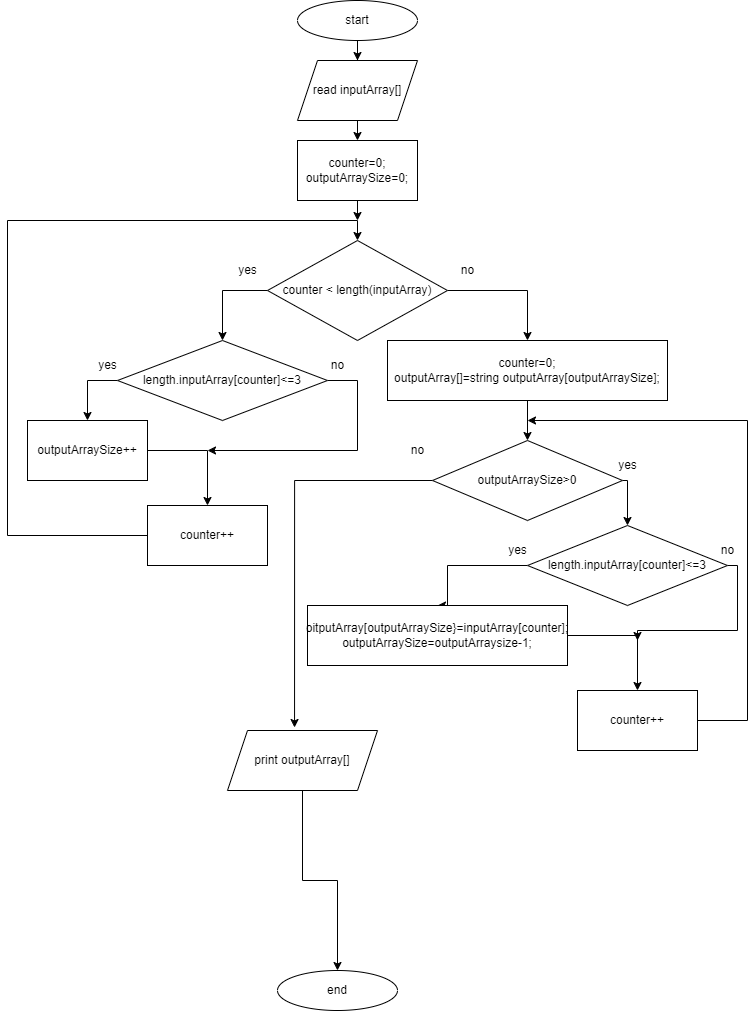
Before: itog_1.png, a diagram exported from draw.io (KnstSpbOne/itog_1). Source tidied: cells renumbered, new cells last; positions are measured from the earlier drawing's top-left corner, leaving out a move shared by most shapes.
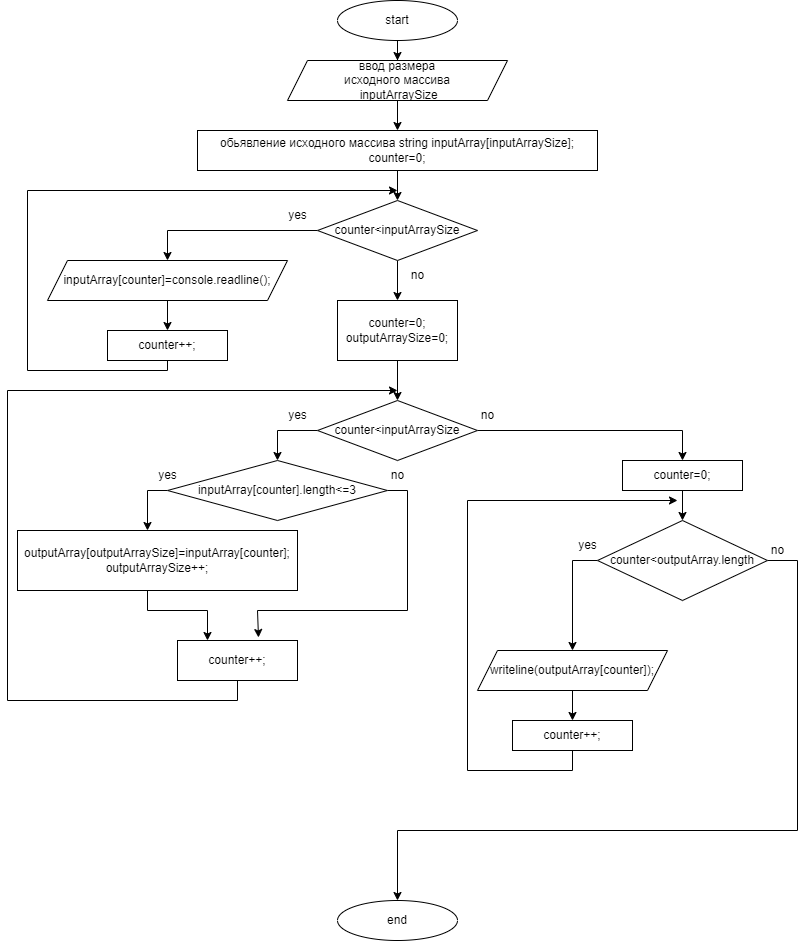
The same file after the commit.

Diff of the diagram source:
```diff
@@ -2,178 +2,189 @@
   <root>
     <mxCell id="0" />
     <mxCell id="1" parent="0" />
-    <mxCell id="2" style="edgeStyle=orthogonalEdgeStyle;rounded=0;jettySize=auto;html=1;entryX=0.5;entryY=0;entryDx=0;entryDy=0;" parent="1" edge="1" source="3" target="6">
-      <mxGeometry relative="1" as="geometry" />
-    </mxCell>
+    <mxCell id="42" style="edgeStyle=orthogonalEdgeStyle;rounded=0;jettySize=auto;html=1;entryX=0.5;entryY=0;entryDx=0;entryDy=0;" parent="1" edge="1" source="3" target="44">
+      <mxGeometry relative="1" as="geometry" />
+    </mxCell>
     <mxCell id="3" value="start" style="ellipse;whiteSpace=wrap;html=1;" parent="1" vertex="1">
-      <mxGeometry x="290" width="120" height="40" as="geometry" />
+      <mxGeometry x="270" width="120" height="40" as="geometry" />
     </mxCell>
+    <mxCell id="43" style="edgeStyle=orthogonalEdgeStyle;rounded=0;jettySize=auto;html=1;entryX=0.5;entryY=0;entryDx=0;entryDy=0;" parent="1" edge="1" source="44" target="49">
+      <mxGeometry relative="1" as="geometry" />
+    </mxCell>
+    <mxCell id="44" value="ввод размера&lt;br&gt;исходного массива&lt;br&gt;&amp;nbsp;inputArraySize" style="shape=parallelogram;perimeter=parallelogramPerimeter;whiteSpace=wrap;html=1;fixedSize=1;" parent="1" vertex="1">
+      <mxGeometry x="220" y="60" width="220" height="40" as="geometry" />
+    </mxCell>
+    <mxCell id="45" style="edgeStyle=orthogonalEdgeStyle;rounded=0;jettySize=auto;html=1;entryX=0.5;entryY=0;entryDx=0;entryDy=0;" parent="1" edge="1" source="47" target="54">
+      <mxGeometry relative="1" as="geometry" />
+    </mxCell>
+    <mxCell id="46" style="edgeStyle=orthogonalEdgeStyle;rounded=0;jettySize=auto;html=1;" parent="1" edge="1" source="47" target="8">
+      <mxGeometry relative="1" as="geometry" />
+    </mxCell>
+    <mxCell id="47" value="counter&amp;lt;inputArraySize" style="rhombus;whiteSpace=wrap;html=1;" parent="1" vertex="1">
+      <mxGeometry x="250" y="200" width="160" height="60" as="geometry" />
+    </mxCell>
+    <mxCell id="48" style="edgeStyle=orthogonalEdgeStyle;rounded=0;jettySize=auto;html=1;entryX=0.5;entryY=0;entryDx=0;entryDy=0;" parent="1" edge="1" source="49" target="47">
+      <mxGeometry relative="1" as="geometry" />
+    </mxCell>
+    <mxCell id="49" value="обьявление исходного массива string inputArray[inputArraySize];&lt;br&gt;counter=0;" style="rounded=0;whiteSpace=wrap;html=1;" parent="1" vertex="1">
+      <mxGeometry x="130" y="130" width="400" height="40" as="geometry" />
+    </mxCell>
+    <mxCell id="50" style="edgeStyle=orthogonalEdgeStyle;rounded=0;jettySize=auto;html=1;exitX=1;exitY=0.5;exitDx=0;exitDy=0;entryX=0.675;entryY=-0.075;entryDx=0;entryDy=0;entryPerimeter=0;" parent="1" edge="1" source="52" target="63">
+      <mxGeometry relative="1" as="geometry">
+        <Array as="points">
+          <mxPoint x="340" y="490" />
+          <mxPoint x="340" y="610" />
+          <mxPoint x="190" y="610" />
+        </Array>
+      </mxGeometry>
+    </mxCell>
+    <mxCell id="51" style="edgeStyle=orthogonalEdgeStyle;rounded=0;jettySize=auto;html=1;" parent="1" edge="1" source="52">
+      <mxGeometry relative="1" as="geometry">
+        <mxPoint x="80" y="530" as="targetPoint" />
+      </mxGeometry>
+    </mxCell>
+    <mxCell id="52" value="inputArray[counter].length&amp;lt;=3" style="rhombus;whiteSpace=wrap;html=1;" parent="1" vertex="1">
+      <mxGeometry x="100" y="460" width="220" height="60" as="geometry" />
+    </mxCell>
+    <mxCell id="53" style="edgeStyle=orthogonalEdgeStyle;rounded=0;jettySize=auto;html=1;entryX=0.5;entryY=0;entryDx=0;entryDy=0;" parent="1" edge="1" source="54" target="56">
+      <mxGeometry relative="1" as="geometry" />
+    </mxCell>
+    <mxCell id="54" value="inputArray[counter]=console.readline();" style="shape=parallelogram;perimeter=parallelogramPerimeter;whiteSpace=wrap;html=1;fixedSize=1;" parent="1" vertex="1">
+      <mxGeometry x="-20" y="260" width="240" height="40" as="geometry" />
+    </mxCell>
+    <mxCell id="55" style="edgeStyle=orthogonalEdgeStyle;rounded=0;jettySize=auto;html=1;exitX=0.5;exitY=1;exitDx=0;exitDy=0;" parent="1" edge="1" source="56">
+      <mxGeometry relative="1" as="geometry">
+        <mxPoint x="330" y="190" as="targetPoint" />
+        <Array as="points">
+          <mxPoint x="100" y="370" />
+          <mxPoint x="-40" y="370" />
+          <mxPoint x="-40" y="190" />
+          <mxPoint x="330" y="190" />
+        </Array>
+      </mxGeometry>
+    </mxCell>
+    <mxCell id="56" value="counter++;" style="rounded=0;whiteSpace=wrap;html=1;" parent="1" vertex="1">
+      <mxGeometry x="40" y="330" width="120" height="30" as="geometry" />
+    </mxCell>
+    <mxCell id="57" value="yes" style="text;html=1;align=center;verticalAlign=middle;strokeColor=none;fillColor=none;" parent="1" vertex="1">
+      <mxGeometry x="210" y="200" width="40" height="30" as="geometry" />
+    </mxCell>
+    <mxCell id="58" style="edgeStyle=orthogonalEdgeStyle;rounded=0;jettySize=auto;html=1;entryX=0.5;entryY=0;entryDx=0;entryDy=0;" parent="1" edge="1" source="8" target="66">
+      <mxGeometry relative="1" as="geometry" />
+    </mxCell>
+    <mxCell id="8" value="counter=0;&lt;br&gt;outputArraySize=0;" style="rounded=0;whiteSpace=wrap;html=1;" parent="1" vertex="1">
+      <mxGeometry x="270" y="300" width="120" height="60" as="geometry" />
+    </mxCell>
+    <mxCell id="59" value="no" style="text;html=1;align=center;verticalAlign=middle;strokeColor=none;fillColor=none;" parent="1" vertex="1">
+      <mxGeometry x="330" y="260" width="40" height="30" as="geometry" />
+    </mxCell>
+    <mxCell id="60" style="edgeStyle=orthogonalEdgeStyle;rounded=0;jettySize=auto;html=1;entryX=0.25;entryY=0;entryDx=0;entryDy=0;" parent="1" edge="1" source="61" target="63">
+      <mxGeometry relative="1" as="geometry">
+        <Array as="points">
+          <mxPoint x="80" y="610" />
+          <mxPoint x="140" y="610" />
+        </Array>
+      </mxGeometry>
+    </mxCell>
+    <mxCell id="61" value="outputArray[outputArraySize]=inputArray[counter];&lt;br&gt;outputArraySize++;" style="rounded=0;whiteSpace=wrap;html=1;" parent="1" vertex="1">
+      <mxGeometry x="-50" y="530" width="280" height="60" as="geometry" />
+    </mxCell>
+    <mxCell id="62" style="edgeStyle=orthogonalEdgeStyle;rounded=0;jettySize=auto;html=1;" parent="1" edge="1" source="63">
+      <mxGeometry relative="1" as="geometry">
+        <mxPoint x="330" y="390" as="targetPoint" />
+        <Array as="points">
+          <mxPoint x="170" y="700" />
+          <mxPoint x="-60" y="700" />
+          <mxPoint x="-60" y="390" />
+        </Array>
+      </mxGeometry>
+    </mxCell>
+    <mxCell id="63" value="counter++;" style="rounded=0;whiteSpace=wrap;html=1;" parent="1" vertex="1">
+      <mxGeometry x="110" y="640" width="120" height="40" as="geometry" />
+    </mxCell>
+    <mxCell id="64" style="edgeStyle=orthogonalEdgeStyle;rounded=0;jettySize=auto;html=1;entryX=0.5;entryY=0;entryDx=0;entryDy=0;exitX=0;exitY=0.5;exitDx=0;exitDy=0;" parent="1" edge="1" source="66" target="52">
+      <mxGeometry relative="1" as="geometry">
+        <Array as="points">
+          <mxPoint x="210" y="430" />
+        </Array>
+      </mxGeometry>
+    </mxCell>
+    <mxCell id="65" style="edgeStyle=orthogonalEdgeStyle;rounded=0;jettySize=auto;html=1;entryX=0.5;entryY=0;entryDx=0;entryDy=0;" parent="1" edge="1" source="66" target="72">
+      <mxGeometry relative="1" as="geometry" />
+    </mxCell>
+    <mxCell id="66" value="counter&amp;lt;inputArraySize" style="rhombus;whiteSpace=wrap;html=1;" parent="1" vertex="1">
+      <mxGeometry x="250" y="400" width="160" height="60" as="geometry" />
+    </mxCell>
+    <mxCell id="67" value="yes" style="text;html=1;align=center;verticalAlign=middle;strokeColor=none;fillColor=none;" parent="1" vertex="1">
+      <mxGeometry x="210" y="400" width="40" height="30" as="geometry" />
+    </mxCell>
+    <mxCell id="68" value="yes" style="text;html=1;align=center;verticalAlign=middle;strokeColor=none;fillColor=none;" parent="1" vertex="1">
+      <mxGeometry x="80" y="460" width="40" height="30" as="geometry" />
+    </mxCell>
+    <mxCell id="69" value="no" style="text;html=1;align=center;verticalAlign=middle;strokeColor=none;fillColor=none;" parent="1" vertex="1">
+      <mxGeometry x="310" y="460" width="40" height="30" as="geometry" />
+    </mxCell>
+    <mxCell id="70" value="no" style="text;html=1;align=center;verticalAlign=middle;strokeColor=none;fillColor=none;" parent="1" vertex="1">
+      <mxGeometry x="400" y="400" width="40" height="30" as="geometry" />
+    </mxCell>
+    <mxCell id="71" style="edgeStyle=orthogonalEdgeStyle;rounded=0;jettySize=auto;html=1;entryX=0.5;entryY=0;entryDx=0;entryDy=0;" parent="1" edge="1" source="72" target="75">
+      <mxGeometry relative="1" as="geometry" />
+    </mxCell>
+    <mxCell id="72" value="counter=0;" style="rounded=0;whiteSpace=wrap;html=1;" parent="1" vertex="1">
+      <mxGeometry x="555" y="460" width="120" height="30" as="geometry" />
+    </mxCell>
+    <mxCell id="73" style="edgeStyle=orthogonalEdgeStyle;rounded=0;jettySize=auto;html=1;entryX=0.5;entryY=0;entryDx=0;entryDy=0;" parent="1" edge="1" source="75" target="77">
+      <mxGeometry relative="1" as="geometry">
+        <Array as="points">
+          <mxPoint x="505" y="560" />
+        </Array>
+      </mxGeometry>
+    </mxCell>
+    <mxCell id="74" style="edgeStyle=orthogonalEdgeStyle;rounded=0;jettySize=auto;html=1;entryX=0.5;entryY=0;entryDx=0;entryDy=0;" parent="1" edge="1" source="75" target="4">
+      <mxGeometry relative="1" as="geometry">
+        <Array as="points">
+          <mxPoint x="730" y="560" />
+          <mxPoint x="730" y="830" />
+          <mxPoint x="330" y="830" />
+        </Array>
+      </mxGeometry>
+    </mxCell>
+    <mxCell id="75" value="counter&amp;lt;outputArray.length" style="rhombus;whiteSpace=wrap;html=1;" parent="1" vertex="1">
+      <mxGeometry x="530" y="520" width="170" height="80" as="geometry" />
+    </mxCell>
+    <mxCell id="76" style="edgeStyle=orthogonalEdgeStyle;rounded=0;jettySize=auto;html=1;entryX=0.5;entryY=0;entryDx=0;entryDy=0;" parent="1" edge="1" source="77" target="79">
+      <mxGeometry relative="1" as="geometry" />
+    </mxCell>
+    <mxCell id="77" value="writeline(outputArray[counter]);" style="shape=parallelogram;perimeter=parallelogramPerimeter;whiteSpace=wrap;html=1;fixedSize=1;" parent="1" vertex="1">
+      <mxGeometry x="410" y="650" width="190" height="40" as="geometry" />
+    </mxCell>
+    <mxCell id="78" style="edgeStyle=orthogonalEdgeStyle;rounded=0;jettySize=auto;html=1;" parent="1" edge="1" source="79">
+      <mxGeometry relative="1" as="geometry">
+        <mxPoint x="610" y="500" as="targetPoint" />
+        <Array as="points">
+          <mxPoint x="505" y="770" />
+          <mxPoint x="400" y="770" />
+          <mxPoint x="400" y="500" />
+        </Array>
+      </mxGeometry>
+    </mxCell>
+    <mxCell id="79" value="counter++;" style="rounded=0;whiteSpace=wrap;html=1;" parent="1" vertex="1">
+      <mxGeometry x="445" y="720" width="120" height="30" as="geometry" />
+    </mxCell>
+    <mxCell id="80" style="edgeStyle=orthogonalEdgeStyle;rounded=0;orthogonalLoop=1;jettySize=auto;html=1;exitX=0.5;exitY=1;exitDx=0;exitDy=0;" parent="1" edge="1" source="79" target="79">
+      <mxGeometry relative="1" as="geometry" />
+    </mxCell>
+    <mxCell id="81" value="yes" style="text;html=1;align=center;verticalAlign=middle;strokeColor=none;fillColor=none;" parent="1" vertex="1">
+      <mxGeometry x="500" y="530" width="40" height="30" as="geometry" />
+    </mxCell>
+    <mxCell id="82" style="edgeStyle=orthogonalEdgeStyle;rounded=0;orthogonalLoop=1;jettySize=auto;html=1;exitX=0.5;exitY=1;exitDx=0;exitDy=0;" parent="1" edge="1" source="77" target="77">
+      <mxGeometry relative="1" as="geometry" />
+    </mxCell>
+    <mxCell id="83" value="no" style="text;html=1;align=center;verticalAlign=middle;strokeColor=none;fillColor=none;" parent="1" vertex="1">
+      <mxGeometry x="690" y="535" width="40" height="30" as="geometry" />
+    </mxCell>
     <mxCell id="4" value="end" style="ellipse;whiteSpace=wrap;html=1;" parent="1" vertex="1">
-      <mxGeometry x="270" y="970" width="120" height="40" as="geometry" />
+      <mxGeometry x="270" y="900" width="120" height="40" as="geometry" />
     </mxCell>
-    <mxCell id="5" style="edgeStyle=orthogonalEdgeStyle;rounded=0;jettySize=auto;html=1;exitX=0.5;exitY=1;exitDx=0;exitDy=0;entryX=0.5;entryY=0;entryDx=0;entryDy=0;" parent="1" edge="1" source="6" target="8">
-      <mxGeometry relative="1" as="geometry" />
-    </mxCell>
-    <mxCell id="6" value="read inputArray[]" style="shape=parallelogram;perimeter=parallelogramPerimeter;whiteSpace=wrap;html=1;fixedSize=1;" parent="1" vertex="1">
-      <mxGeometry x="290" y="60" width="120" height="60" as="geometry" />
-    </mxCell>
-    <mxCell id="7" style="edgeStyle=orthogonalEdgeStyle;rounded=0;jettySize=auto;html=1;exitX=0.5;exitY=1;exitDx=0;exitDy=0;" parent="1" edge="1" source="8">
-      <mxGeometry relative="1" as="geometry">
-        <mxPoint x="350" y="220" as="targetPoint" />
-      </mxGeometry>
-    </mxCell>
-    <mxCell id="8" value="counter=0;&lt;br&gt;outputArraySize=0;" style="rounded=0;whiteSpace=wrap;html=1;" parent="1" vertex="1">
-      <mxGeometry x="290" y="140" width="120" height="60" as="geometry" />
-    </mxCell>
-    <mxCell id="9" style="edgeStyle=orthogonalEdgeStyle;rounded=0;jettySize=auto;html=1;exitX=0;exitY=0.5;exitDx=0;exitDy=0;" parent="1" edge="1" source="12">
-      <mxGeometry relative="1" as="geometry">
-        <mxPoint x="280" y="290" as="targetPoint" />
-      </mxGeometry>
-    </mxCell>
-    <mxCell id="10" style="edgeStyle=orthogonalEdgeStyle;rounded=0;jettySize=auto;html=1;entryX=0.5;entryY=0;entryDx=0;entryDy=0;" parent="1" edge="1" source="12" target="16">
-      <mxGeometry relative="1" as="geometry">
-        <Array as="points">
-          <mxPoint x="215" y="290" />
-        </Array>
-      </mxGeometry>
-    </mxCell>
-    <mxCell id="11" style="edgeStyle=orthogonalEdgeStyle;rounded=0;jettySize=auto;html=1;entryX=0.5;entryY=0;entryDx=0;entryDy=0;" parent="1" edge="1" source="12" target="28">
-      <mxGeometry relative="1" as="geometry">
-        <Array as="points">
-          <mxPoint x="520" y="290" />
-        </Array>
-      </mxGeometry>
-    </mxCell>
-    <mxCell id="12" value="counter &amp;lt; length(inputArray)" style="rhombus;whiteSpace=wrap;html=1;" parent="1" vertex="1">
-      <mxGeometry x="260" y="240" width="180" height="100" as="geometry" />
-    </mxCell>
-    <mxCell id="13" value="yes" style="text;html=1;align=center;verticalAlign=middle;strokeColor=none;fillColor=none;" parent="1" vertex="1">
-      <mxGeometry x="220" y="255" width="40" height="30" as="geometry" />
-    </mxCell>
-    <mxCell id="14" style="edgeStyle=orthogonalEdgeStyle;rounded=0;jettySize=auto;html=1;exitX=0;exitY=0.5;exitDx=0;exitDy=0;" parent="1" edge="1" source="16" target="18">
-      <mxGeometry relative="1" as="geometry">
-        <Array as="points">
-          <mxPoint x="80" y="380" />
-        </Array>
-      </mxGeometry>
-    </mxCell>
-    <mxCell id="15" style="edgeStyle=orthogonalEdgeStyle;rounded=0;jettySize=auto;html=1;" parent="1" edge="1" source="16">
-      <mxGeometry relative="1" as="geometry">
-        <mxPoint x="200" y="450" as="targetPoint" />
-        <Array as="points">
-          <mxPoint x="350" y="380" />
-          <mxPoint x="350" y="450" />
-        </Array>
-      </mxGeometry>
-    </mxCell>
-    <mxCell id="16" value="length.inputArray[counter]&amp;lt;=3" style="rhombus;whiteSpace=wrap;html=1;" parent="1" vertex="1">
-      <mxGeometry x="110" y="340" width="210" height="80" as="geometry" />
-    </mxCell>
-    <mxCell id="17" style="edgeStyle=orthogonalEdgeStyle;rounded=0;jettySize=auto;html=1;entryX=0.5;entryY=0;entryDx=0;entryDy=0;" parent="1" edge="1" source="18" target="21">
-      <mxGeometry relative="1" as="geometry">
-        <Array as="points">
-          <mxPoint x="200" y="450" />
-        </Array>
-      </mxGeometry>
-    </mxCell>
-    <mxCell id="18" value="outputArraySize++" style="rounded=0;whiteSpace=wrap;html=1;" parent="1" vertex="1">
-      <mxGeometry x="20" y="420" width="120" height="60" as="geometry" />
-    </mxCell>
-    <mxCell id="19" value="yes" style="text;html=1;align=center;verticalAlign=middle;strokeColor=none;fillColor=none;" parent="1" vertex="1">
-      <mxGeometry x="80" y="350" width="40" height="30" as="geometry" />
-    </mxCell>
-    <mxCell id="20" style="edgeStyle=orthogonalEdgeStyle;rounded=0;jettySize=auto;html=1;entryX=0.5;entryY=0;entryDx=0;entryDy=0;" parent="1" edge="1" source="21" target="12">
-      <mxGeometry relative="1" as="geometry">
-        <Array as="points">
-          <mxPoint y="535" />
-          <mxPoint y="220" />
-          <mxPoint x="350" y="220" />
-        </Array>
-      </mxGeometry>
-    </mxCell>
-    <mxCell id="21" value="counter++" style="rounded=0;whiteSpace=wrap;html=1;" parent="1" vertex="1">
-      <mxGeometry x="140" y="505" width="120" height="60" as="geometry" />
-    </mxCell>
-    <mxCell id="22" value="no" style="text;html=1;align=center;verticalAlign=middle;strokeColor=none;fillColor=none;" parent="1" vertex="1">
-      <mxGeometry x="310" y="350" width="40" height="30" as="geometry" />
-    </mxCell>
-    <mxCell id="23" value="no" style="text;html=1;align=center;verticalAlign=middle;strokeColor=none;fillColor=none;" parent="1" vertex="1">
-      <mxGeometry x="440" y="255" width="40" height="30" as="geometry" />
-    </mxCell>
-    <mxCell id="24" style="edgeStyle=orthogonalEdgeStyle;rounded=0;jettySize=auto;html=1;exitX=1;exitY=0.5;exitDx=0;exitDy=0;entryX=0.5;entryY=0;entryDx=0;entryDy=0;" parent="1" edge="1" source="26" target="31">
-      <mxGeometry relative="1" as="geometry">
-        <Array as="points">
-          <mxPoint x="620" y="480" />
-        </Array>
-      </mxGeometry>
-    </mxCell>
-    <mxCell id="25" style="edgeStyle=orthogonalEdgeStyle;rounded=0;jettySize=auto;html=1;exitX=0;exitY=0.5;exitDx=0;exitDy=0;entryX=0.447;entryY=-0.05;entryDx=0;entryDy=0;entryPerimeter=0;" parent="1" edge="1" source="26" target="41">
-      <mxGeometry relative="1" as="geometry" />
-    </mxCell>
-    <mxCell id="26" value="outputArraySize&amp;gt;0" style="rhombus;whiteSpace=wrap;html=1;" parent="1" vertex="1">
-      <mxGeometry x="425" y="440" width="190" height="80" as="geometry" />
-    </mxCell>
-    <mxCell id="27" style="edgeStyle=orthogonalEdgeStyle;rounded=0;jettySize=auto;html=1;entryX=0.5;entryY=0;entryDx=0;entryDy=0;" parent="1" edge="1" source="28" target="26">
-      <mxGeometry relative="1" as="geometry" />
-    </mxCell>
-    <mxCell id="28" value="counter=0;&lt;br&gt;outputArray[]=string outputArray[outputArraySize];" style="rounded=0;whiteSpace=wrap;html=1;" parent="1" vertex="1">
-      <mxGeometry x="380" y="340" width="280" height="60" as="geometry" />
-    </mxCell>
-    <mxCell id="29" style="edgeStyle=orthogonalEdgeStyle;rounded=0;jettySize=auto;html=1;entryX=0.5;entryY=0;entryDx=0;entryDy=0;" parent="1" edge="1" source="31" target="33">
-      <mxGeometry relative="1" as="geometry">
-        <Array as="points">
-          <mxPoint x="440" y="565" />
-        </Array>
-      </mxGeometry>
-    </mxCell>
-    <mxCell id="30" style="edgeStyle=orthogonalEdgeStyle;rounded=0;jettySize=auto;html=1;exitX=1;exitY=0.5;exitDx=0;exitDy=0;" parent="1" edge="1" source="31">
-      <mxGeometry relative="1" as="geometry">
-        <mxPoint x="630" y="640" as="targetPoint" />
-        <Array as="points">
-          <mxPoint x="730" y="565" />
-          <mxPoint x="730" y="630" />
-          <mxPoint x="630" y="630" />
-        </Array>
-      </mxGeometry>
-    </mxCell>
-    <mxCell id="31" value="length.inputArray[counter]&amp;lt;=3" style="rhombus;whiteSpace=wrap;html=1;" parent="1" vertex="1">
-      <mxGeometry x="520" y="525" width="200" height="80" as="geometry" />
-    </mxCell>
-    <mxCell id="32" style="edgeStyle=orthogonalEdgeStyle;rounded=0;jettySize=auto;html=1;entryX=0.5;entryY=0;entryDx=0;entryDy=0;" parent="1" edge="1" source="33" target="36">
-      <mxGeometry relative="1" as="geometry" />
-    </mxCell>
-    <mxCell id="33" value="oitputArray[outputArraySize}=inputArray[counter];&lt;br&gt;outputArraySize=outputArraysize-1;" style="rounded=0;whiteSpace=wrap;html=1;" parent="1" vertex="1">
-      <mxGeometry x="300" y="605" width="260" height="60" as="geometry" />
-    </mxCell>
-    <mxCell id="34" value="yes" style="text;html=1;align=center;verticalAlign=middle;strokeColor=none;fillColor=none;" parent="1" vertex="1">
-      <mxGeometry x="490" y="535" width="40" height="30" as="geometry" />
-    </mxCell>
-    <mxCell id="35" style="edgeStyle=orthogonalEdgeStyle;rounded=0;jettySize=auto;html=1;" parent="1" edge="1" source="36">
-      <mxGeometry relative="1" as="geometry">
-        <mxPoint x="520" y="420" as="targetPoint" />
-        <Array as="points">
-          <mxPoint x="740" y="720" />
-          <mxPoint x="740" y="420" />
-        </Array>
-      </mxGeometry>
-    </mxCell>
-    <mxCell id="36" value="counter++" style="rounded=0;whiteSpace=wrap;html=1;" parent="1" vertex="1">
-      <mxGeometry x="570" y="690" width="120" height="60" as="geometry" />
-    </mxCell>
-    <mxCell id="37" value="no" style="text;html=1;align=center;verticalAlign=middle;strokeColor=none;fillColor=none;" parent="1" vertex="1">
-      <mxGeometry x="700" y="535" width="40" height="30" as="geometry" />
-    </mxCell>
-    <mxCell id="38" value="yes" style="text;html=1;align=center;verticalAlign=middle;strokeColor=none;fillColor=none;" parent="1" vertex="1">
-      <mxGeometry x="600" y="450" width="40" height="30" as="geometry" />
-    </mxCell>
-    <mxCell id="39" value="no" style="text;html=1;align=center;verticalAlign=middle;strokeColor=none;fillColor=none;" parent="1" vertex="1">
-      <mxGeometry x="390" y="435" width="40" height="30" as="geometry" />
-    </mxCell>
-    <mxCell id="40" style="edgeStyle=orthogonalEdgeStyle;rounded=0;jettySize=auto;html=1;entryX=0.5;entryY=0;entryDx=0;entryDy=0;" parent="1" edge="1" source="41" target="4">
-      <mxGeometry relative="1" as="geometry" />
-    </mxCell>
-    <mxCell id="41" value="print outputArray[]" style="shape=parallelogram;perimeter=parallelogramPerimeter;whiteSpace=wrap;html=1;fixedSize=1;" parent="1" vertex="1">
-      <mxGeometry x="220" y="730" width="150" height="60" as="geometry" />
-    </mxCell>
   </root>
 </mxGraphModel>
```
